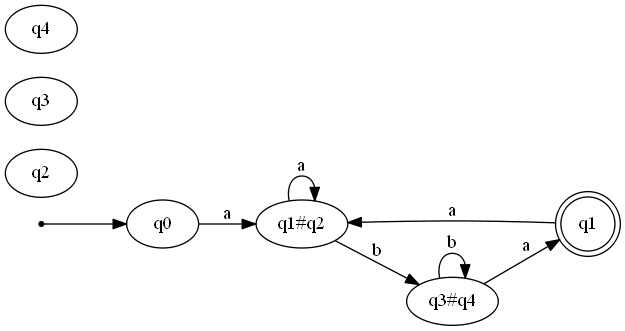
RDuuke/automata keeps this Graphviz diagram as AFN.gv.png. Above is the earlier version. Its source is kept beside it as AFN.gv.
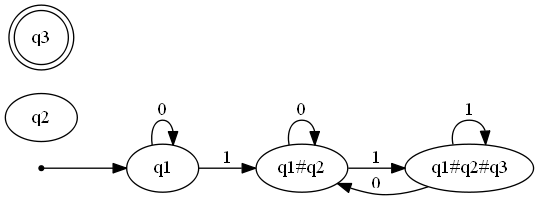
The same diagram one commit later.

Change to the diagram source:
```diff
@@ -1,16 +1,14 @@
 digraph AFN {
 	graph [rankdir=LR]
 	ini [shape=point]
-	q0
-	ini -> q0
-	q1 [shape=doublecircle]
+	q1
+	ini -> q1
 	q2
-	q3
-	q4
-	q0 -> "q1#q2" [label=a]
-	"q1#q2" -> "q1#q2" [label=a]
-	"q1#q2" -> "q3#q4" [label=b]
-	"q3#q4" -> q1 [label=a]
-	q1 -> "q1#q2" [label=a]
-	"q3#q4" -> "q3#q4" [label=b]
+	q3 [shape=doublecircle]
+	q1 -> "q1#q2" [label=1]
+	"q1#q2" -> "q1#q2#q3" [label=1]
+	"q1#q2#q3" -> "q1#q2#q3" [label=1]
+	"q1#q2#q3" -> "q1#q2" [label=0]
+	"q1#q2" -> "q1#q2" [label=0]
+	q1 -> q1 [label=0]
 }
```
